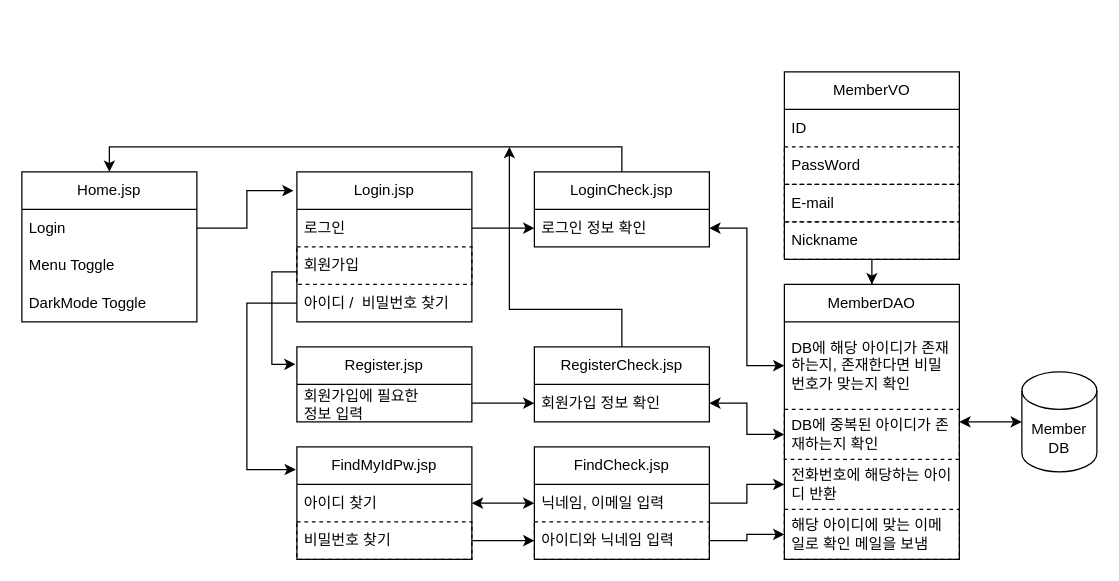
This is diagram/Login.drawio from kr1124/DessertHub, a draw.io file, before an edit. Source tidied: cells renumbered, new cells numbered last; positions are measured from the earlier drawing's top-left corner, leaving out a move shared by most shapes. Both pictures are drawn from the tidied source at 125%, with x=0, y=0 at pixel (21, 71).
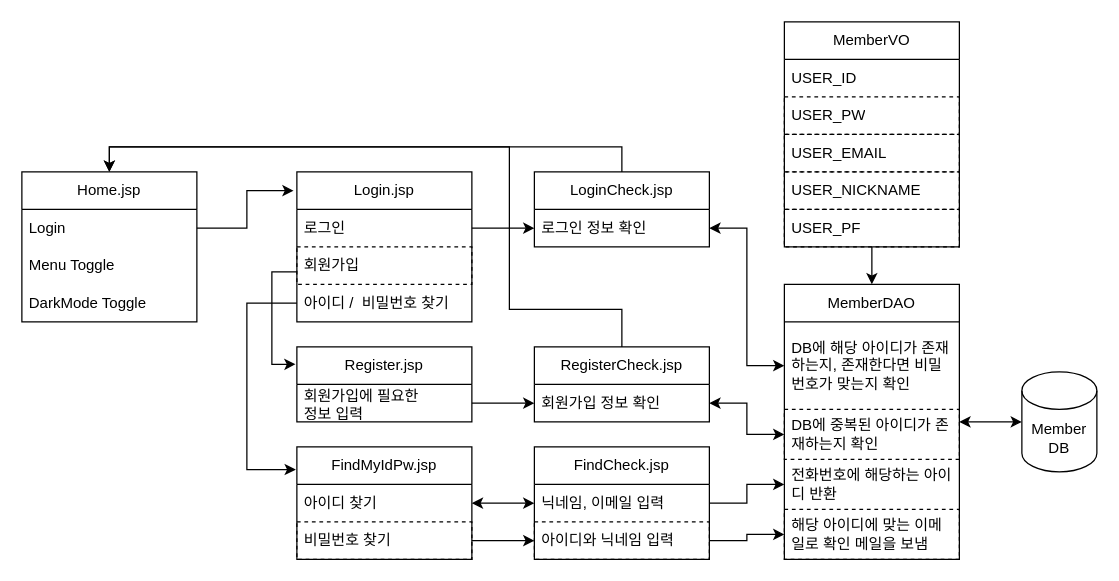
After the change.

The change refers to these unchanged cells:
```xml
<mxCell id="2" value="&lt;div&gt;Home.jsp&lt;/div&gt;" style="swimlane;fontStyle=0;horizontal=1;startSize=30;whiteSpace=wrap;html=1;" parent="1" vertex="1">
  <mxGeometry y="80" width="140" height="120" as="geometry" />
</mxCell>
<mxCell id="31" value="RegisterCheck.jsp" style="swimlane;fontStyle=0;horizontal=1;startSize=30;whiteSpace=wrap;html=1;" parent="1" vertex="1">
  <mxGeometry x="410" y="220" width="140" height="60" as="geometry" />
</mxCell>
```

The edit, as a diff of the source:
```diff
@@
     <mxCell id="15" value="MemberVO" style="swimlane;fontStyle=0;horizontal=1;startSize=30;whiteSpace=wrap;html=1;" parent="1" vertex="1">
-      <mxGeometry x="610" width="140" height="150" as="geometry" />
+      <mxGeometry x="610" y="-40" width="140" height="180" as="geometry" />
     </mxCell>
-    <mxCell id="16" value="ID" style="text;strokeColor=none;fillColor=none;align=left;verticalAlign=middle;spacingLeft=4;spacingRight=4;overflow=hidden;whiteSpace=wrap;html=1;" parent="15" vertex="1">
+    <mxCell id="16" value="USER_ID" style="text;strokeColor=none;fillColor=none;align=left;verticalAlign=middle;spacingLeft=4;spacingRight=4;overflow=hidden;whiteSpace=wrap;html=1;" parent="15" vertex="1">
       <mxGeometry y="30" width="140" height="30" as="geometry" />
     </mxCell>
-    <mxCell id="17" value="PassWord" style="text;strokeColor=default;fillColor=none;align=left;verticalAlign=middle;spacingLeft=4;spacingRight=4;overflow=hidden;whiteSpace=wrap;html=1;dashed=1;" parent="15" vertex="1">
+    <mxCell id="17" value="USER_PW" style="text;strokeColor=default;fillColor=none;align=left;verticalAlign=middle;spacingLeft=4;spacingRight=4;overflow=hidden;whiteSpace=wrap;html=1;dashed=1;" parent="15" vertex="1">
       <mxGeometry y="60" width="140" height="30" as="geometry" />
     </mxCell>
-    <mxCell id="18" value="E-mail" style="text;strokeColor=default;fillColor=none;align=left;verticalAlign=middle;spacingLeft=4;spacingRight=4;overflow=hidden;whiteSpace=wrap;html=1;dashed=1;" parent="15" vertex="1">
+    <mxCell id="18" value="USER_EMAIL" style="text;strokeColor=default;fillColor=none;align=left;verticalAlign=middle;spacingLeft=4;spacingRight=4;overflow=hidden;whiteSpace=wrap;html=1;dashed=1;" parent="15" vertex="1">
       <mxGeometry y="90" width="140" height="30" as="geometry" />
     </mxCell>
-    <mxCell id="19" value="Nickname" style="text;strokeColor=default;fillColor=none;align=left;verticalAlign=middle;spacingLeft=4;spacingRight=4;overflow=hidden;whiteSpace=wrap;html=1;dashed=1;" parent="15" vertex="1">
+    <mxCell id="19" value="USER_NICKNAME" style="text;strokeColor=default;fillColor=none;align=left;verticalAlign=middle;spacingLeft=4;spacingRight=4;overflow=hidden;whiteSpace=wrap;html=1;dashed=1;" parent="15" vertex="1">
       <mxGeometry y="120" width="140" height="30" as="geometry" />
     </mxCell>
+    <mxCell id="48" value="USER_PF" style="text;strokeColor=default;fillColor=none;align=left;verticalAlign=middle;spacingLeft=4;spacingRight=4;overflow=hidden;whiteSpace=wrap;html=1;dashed=1;" parent="15" vertex="1">
+      <mxGeometry y="150" width="140" height="30" as="geometry" />
+    </mxCell>
@@
-    <mxCell id="30" style="edgeStyle=orthogonalEdgeStyle;rounded=0;jettySize=auto;html=1;" parent="1" edge="1" source="31">
+    <mxCell id="30" style="edgeStyle=orthogonalEdgeStyle;rounded=0;jettySize=auto;html=1;" parent="1" edge="1" source="31" target="2">
       <mxGeometry relative="1" as="geometry">
-        <mxPoint x="390" y="60" as="targetPoint" />
         <Array as="points">
           <mxPoint x="480" y="190" />
           <mxPoint x="390" y="190" />
+          <mxPoint x="390" y="60" />
+          <mxPoint x="70" y="60" />
         </Array>
       </mxGeometry>
     </mxCell>
```
